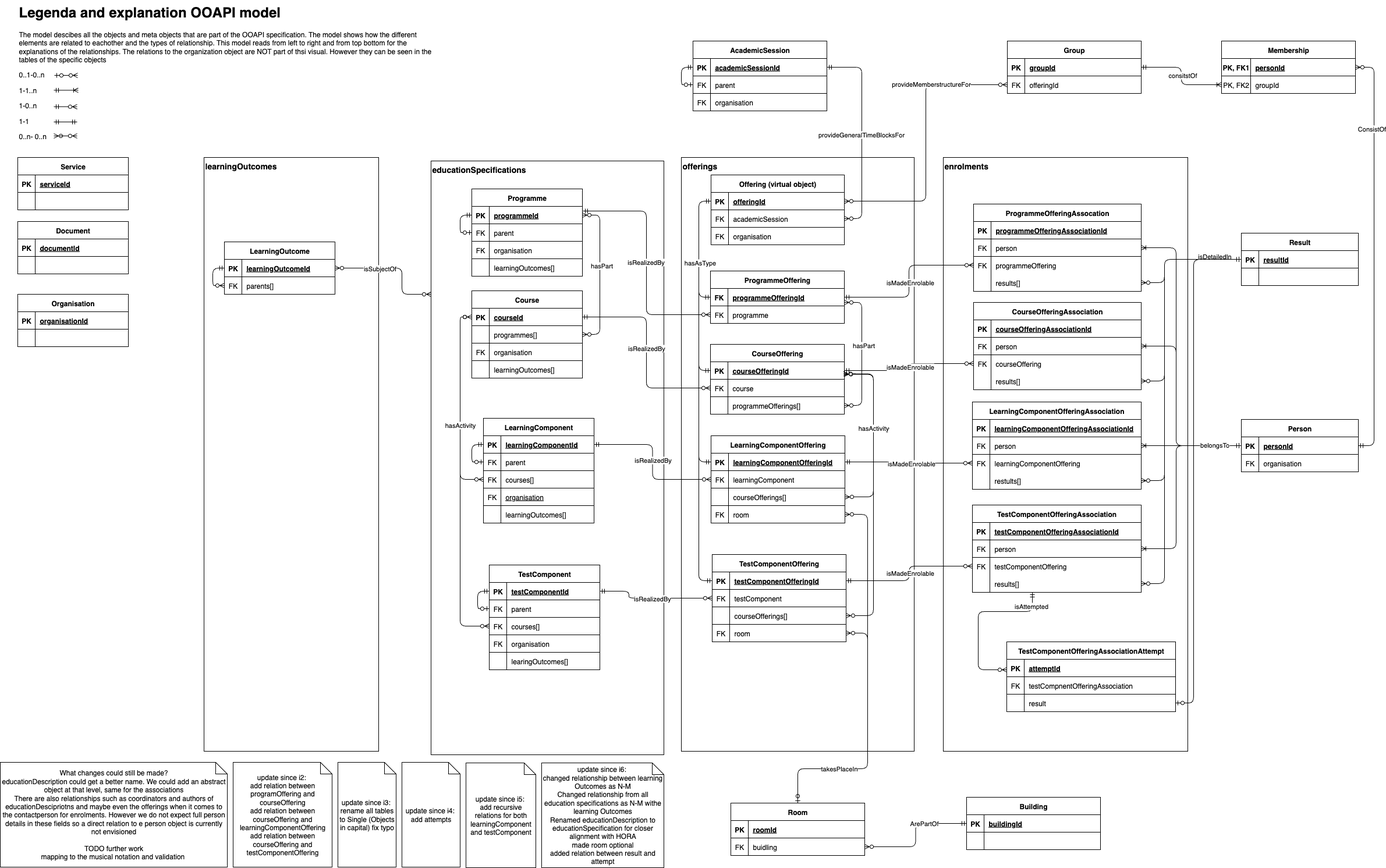
The draw.io diagram v6/ooapi_v6.png in open-education-api/specification, before a commit. Source tidied: cells renumbered, new cells last; positions are measured from the earlier drawing's top-left corner, leaving out a move shared by most shapes.
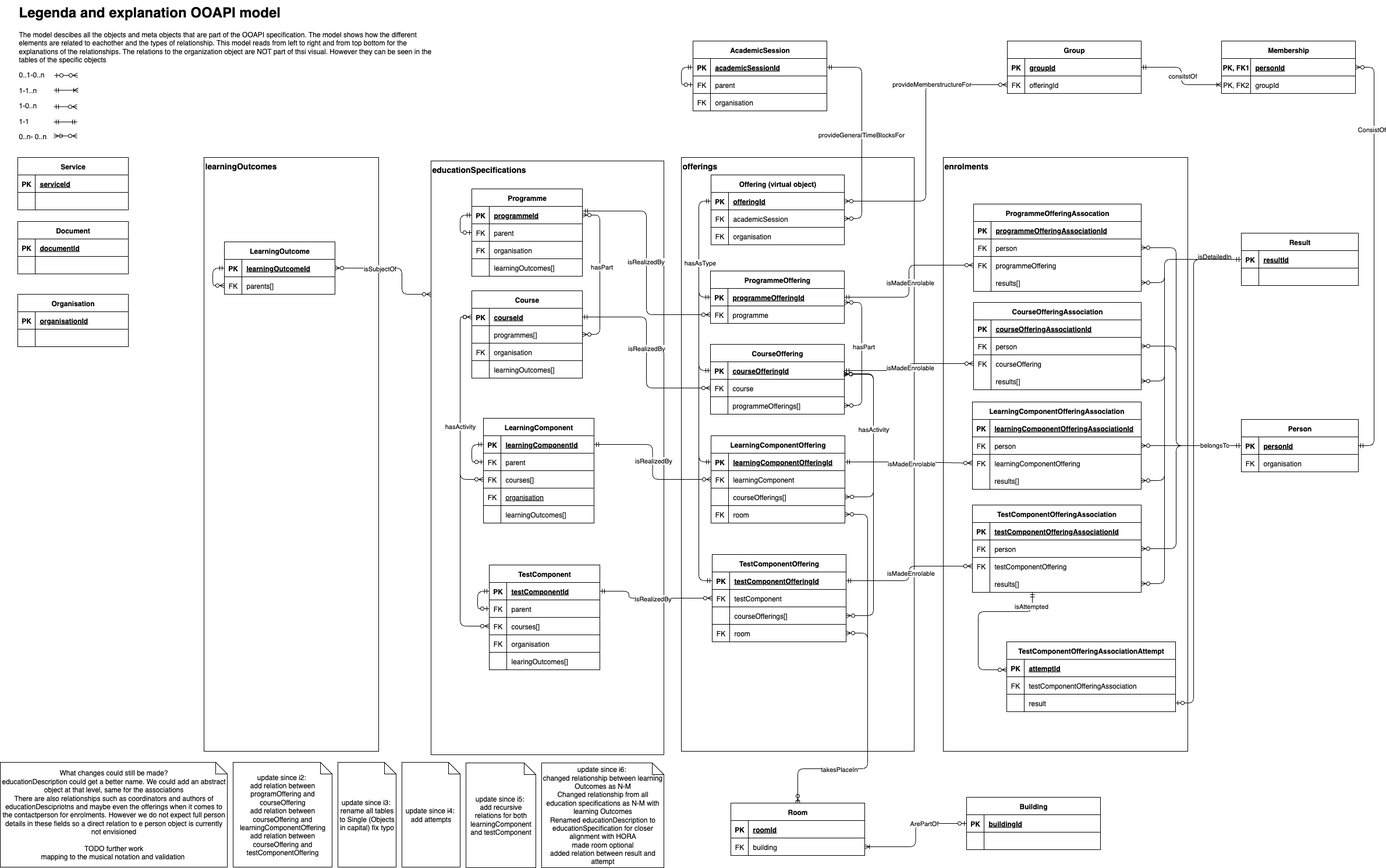
After the change.

Commit message:
additional changes for HORA and typo fixes

Diff of the diagram source:
```diff
@@ -255,7 +255,7 @@
     <mxCell id="83" style="shape=partialRectangle;fillColor=none;points=[[0,0.5],[1,0.5]];portConstraint=eastwest;top=0;left=0;right=0;bottom=1;" parent="82" vertex="1">
       <mxGeometry y="30" width="230" height="30" as="geometry" />
     </mxCell>
-    <mxCell id="84" value="FK" style="shape=partialRectangle;overflow=hidden;fillColor=none;top=0;left=0;bottom=0;right=0;fontStyle=1;" parent="83" vertex="1">
+    <mxCell id="84" value="PK" style="shape=partialRectangle;overflow=hidden;fillColor=none;top=0;left=0;bottom=0;right=0;fontStyle=1;" parent="83" vertex="1">
       <mxGeometry width="30" height="30" as="geometry" />
     </mxCell>
     <mxCell id="85" value="programmeOfferingId" style="shape=partialRectangle;overflow=hidden;fillColor=none;top=0;left=0;bottom=0;right=0;align=left;spacingLeft=6;fontStyle=5;" parent="83" vertex="1">
@@ -471,7 +471,7 @@
     <mxCell id="155" style="shape=partialRectangle;overflow=hidden;fillColor=none;top=0;left=0;bottom=0;right=0;" parent="154" vertex="1">
       <mxGeometry width="30" height="30" as="geometry" />
     </mxCell>
-    <mxCell id="156" value="restults[]" style="shape=partialRectangle;overflow=hidden;fillColor=none;top=0;left=0;bottom=0;right=0;align=left;spacingLeft=6;" parent="154" vertex="1">
+    <mxCell id="156" value="results[]" style="shape=partialRectangle;overflow=hidden;fillColor=none;top=0;left=0;bottom=0;right=0;align=left;spacingLeft=6;" parent="154" vertex="1">
       <mxGeometry x="30" width="260" height="30" as="geometry" />
     </mxCell>
     <mxCell id="157" value="TestComponentOfferingAssociation" style="shape=table;startSize=30;rowLines=0;fontStyle=1;align=center;" parent="1" vertex="1">
@@ -617,7 +617,7 @@
     <mxCell id="199" value="organisation" style="shape=partialRectangle;overflow=hidden;fillColor=none;top=0;left=0;bottom=0;right=0;align=left;spacingLeft=6;" parent="197" vertex="1">
       <mxGeometry x="30" width="171" height="30" as="geometry" />
     </mxCell>
-    <mxCell id="200" style="edgeStyle=orthogonalEdgeStyle;rounded=1;jettySize=auto;html=1;curved=0;endArrow=ERoneToMany;endFill=0;startArrow=ERone;startFill=0;exitX=0;exitY=0.5;exitDx=0;exitDy=0;" parent="1" edge="1" source="194" target="161">
+    <mxCell id="200" style="edgeStyle=orthogonalEdgeStyle;rounded=1;jettySize=auto;html=1;curved=0;endArrow=ERzeroToMany;endFill=0;startArrow=ERone;startFill=0;exitX=0;exitY=0.5;exitDx=0;exitDy=0;" parent="1" edge="1" source="194" target="161">
       <mxGeometry relative="1" as="geometry">
         <Array as="points">
           <mxPoint x="2020" y="765" />
@@ -625,10 +625,10 @@
         </Array>
       </mxGeometry>
     </mxCell>
-    <mxCell id="201" style="edgeStyle=orthogonalEdgeStyle;rounded=1;jettySize=auto;html=1;curved=0;endArrow=ERoneToMany;endFill=0;startArrow=ERone;startFill=0;" parent="1" edge="1" source="194" target="148">
+    <mxCell id="201" style="edgeStyle=orthogonalEdgeStyle;rounded=1;jettySize=auto;html=1;curved=0;endArrow=ERzeroToMany;endFill=0;startArrow=ERone;startFill=0;" parent="1" edge="1" source="194" target="148">
       <mxGeometry relative="1" as="geometry" />
     </mxCell>
-    <mxCell id="202" style="edgeStyle=orthogonalEdgeStyle;rounded=1;jettySize=auto;html=1;curved=0;endArrow=ERoneToMany;endFill=0;startArrow=ERone;startFill=0;exitX=0;exitY=0.5;exitDx=0;exitDy=0;entryX=1;entryY=0.5;entryDx=0;entryDy=0;" parent="1" edge="1" source="194" target="122">
+    <mxCell id="202" style="edgeStyle=orthogonalEdgeStyle;rounded=1;jettySize=auto;html=1;curved=0;endArrow=ERzeroToMany;endFill=0;startArrow=ERone;startFill=0;exitX=0;exitY=0.5;exitDx=0;exitDy=0;entryX=1;entryY=0.5;entryDx=0;entryDy=0;" parent="1" edge="1" source="194" target="122">
       <mxGeometry relative="1" as="geometry">
         <Array as="points">
           <mxPoint x="2020" y="765" />
@@ -636,7 +636,7 @@
         </Array>
       </mxGeometry>
     </mxCell>
-    <mxCell id="203" style="edgeStyle=orthogonalEdgeStyle;rounded=1;jettySize=auto;html=1;curved=0;endArrow=ERoneToMany;endFill=0;startArrow=ERmandOne;startFill=0;exitX=0;exitY=0.5;exitDx=0;exitDy=0;entryX=1;entryY=0.5;entryDx=0;entryDy=0;" parent="1" edge="1" source="194" target="135">
+    <mxCell id="203" style="edgeStyle=orthogonalEdgeStyle;rounded=1;jettySize=auto;html=1;curved=0;endArrow=ERzeroToMany;endFill=0;startArrow=ERmandOne;startFill=0;exitX=0;exitY=0.5;exitDx=0;exitDy=0;entryX=1;entryY=0.5;entryDx=0;entryDy=0;" parent="1" edge="1" source="194" target="135">
       <mxGeometry relative="1" as="geometry">
         <Array as="points">
           <mxPoint x="2020" y="765" />
@@ -849,10 +849,10 @@
     <mxCell id="257" value="FK" style="shape=partialRectangle;overflow=hidden;fillColor=none;top=0;left=0;bottom=0;right=0;" parent="256" vertex="1">
       <mxGeometry width="30" height="30" as="geometry" />
     </mxCell>
-    <mxCell id="258" value="buidling" style="shape=partialRectangle;overflow=hidden;fillColor=none;top=0;left=0;bottom=0;right=0;align=left;spacingLeft=6;" parent="256" vertex="1">
+    <mxCell id="258" value="building" style="shape=partialRectangle;overflow=hidden;fillColor=none;top=0;left=0;bottom=0;right=0;align=left;spacingLeft=6;" parent="256" vertex="1">
       <mxGeometry x="30" width="200" height="30" as="geometry" />
     </mxCell>
-    <mxCell id="259" style="edgeStyle=orthogonalEdgeStyle;rounded=1;jettySize=auto;html=1;startArrow=ERmandOne;startFill=0;endArrow=ERzeroToMany;endFill=0;curved=0;" parent="1" edge="1" source="261" target="256">
+    <mxCell id="259" style="edgeStyle=orthogonalEdgeStyle;rounded=1;jettySize=auto;html=1;startArrow=ERzeroToOne;startFill=0;endArrow=ERoneToMany;endFill=0;curved=0;" parent="1" edge="1" source="261" target="256">
       <mxGeometry relative="1" as="geometry" />
     </mxCell>
     <mxCell id="260" value="ArePartOf" style="edgeLabel;html=1;align=center;verticalAlign=middle;" parent="259" vertex="1">
@@ -890,7 +890,7 @@
         </Array>
       </mxGeometry>
     </mxCell>
-    <mxCell id="269" style="edgeStyle=orthogonalEdgeStyle;rounded=1;jettySize=auto;html=1;exitX=1;exitY=0.5;exitDx=0;exitDy=0;endArrow=ERzeroToOne;endFill=0;startArrow=ERzeroToMany;startFill=0;entryX=0.5;entryY=0;entryDx=0;entryDy=0;curved=0;" parent="1" edge="1" source="101" target="252">
+    <mxCell id="269" style="edgeStyle=orthogonalEdgeStyle;rounded=1;jettySize=auto;html=1;exitX=1;exitY=0.5;exitDx=0;exitDy=0;endArrow=ERzeroToMany;endFill=0;startArrow=ERzeroToMany;startFill=0;entryX=0.5;entryY=0;entryDx=0;entryDy=0;curved=0;" parent="1" edge="1" source="101" target="252">
       <mxGeometry relative="1" as="geometry">
         <Array as="points">
           <mxPoint x="1490" y="883" />
@@ -1100,7 +1100,7 @@
     <mxCell id="326" value="FK" style="shape=partialRectangle;overflow=hidden;fillColor=none;top=0;left=0;bottom=0;right=0;fontStyle=0;" parent="325" vertex="1">
       <mxGeometry width="30" height="30" as="geometry" />
     </mxCell>
-    <mxCell id="327" value="testCompnentOfferingAssociation" style="shape=partialRectangle;overflow=hidden;fillColor=none;top=0;left=0;bottom=0;right=0;align=left;spacingLeft=6;fontStyle=0;" parent="325" vertex="1">
+    <mxCell id="327" value="testComponentOfferingAssociation" style="shape=partialRectangle;overflow=hidden;fillColor=none;top=0;left=0;bottom=0;right=0;align=left;spacingLeft=6;fontStyle=0;" parent="325" vertex="1">
       <mxGeometry x="30" width="260" height="30" as="geometry" />
     </mxCell>
     <mxCell id="328" style="shape=partialRectangle;fillColor=none;points=[[0,0.5],[1,0.5]];portConstraint=eastwest;top=0;left=0;right=0;bottom=0;" parent="321" vertex="1">
@@ -1145,7 +1145,7 @@
         </Array>
       </mxGeometry>
     </mxCell>
-    <mxCell id="336" value="&lt;span style=&quot;&quot;&gt;update since i6:&amp;nbsp;&lt;/span&gt;&lt;div style=&quot;&quot;&gt;changed relationship between learning Outcomes as N-M&lt;/div&gt;&lt;div style=&quot;&quot;&gt;Changed relationship from all education specifications as N-M withe learning Outcomes&lt;/div&gt;&lt;div style=&quot;&quot;&gt;Renamed educationDescription to educationSpecification for closer alignment with HORA&lt;/div&gt;&lt;div style=&quot;&quot;&gt;made room optional&lt;/div&gt;&lt;div style=&quot;&quot;&gt;added relation between result and attempt&lt;/div&gt;" style="shape=note;size=20;whiteSpace=wrap;html=1;align=center;" parent="1" vertex="1">
+    <mxCell id="336" value="&lt;span style=&quot;&quot;&gt;update since i6:&amp;nbsp;&lt;/span&gt;&lt;div style=&quot;&quot;&gt;changed relationship between learning Outcomes as N-M&lt;/div&gt;&lt;div style=&quot;&quot;&gt;Changed relationship from all education specifications as N-M with learning Outcomes&lt;/div&gt;&lt;div style=&quot;&quot;&gt;Renamed educationDescription to educationSpecification for closer alignment with HORA&lt;/div&gt;&lt;div style=&quot;&quot;&gt;made room optional&lt;/div&gt;&lt;div style=&quot;&quot;&gt;added relation between result and attempt&lt;/div&gt;" style="shape=note;size=20;whiteSpace=wrap;html=1;align=center;" parent="1" vertex="1">
       <mxGeometry x="930" y="1310" width="210" height="180" as="geometry" />
     </mxCell>
   </root>
```
